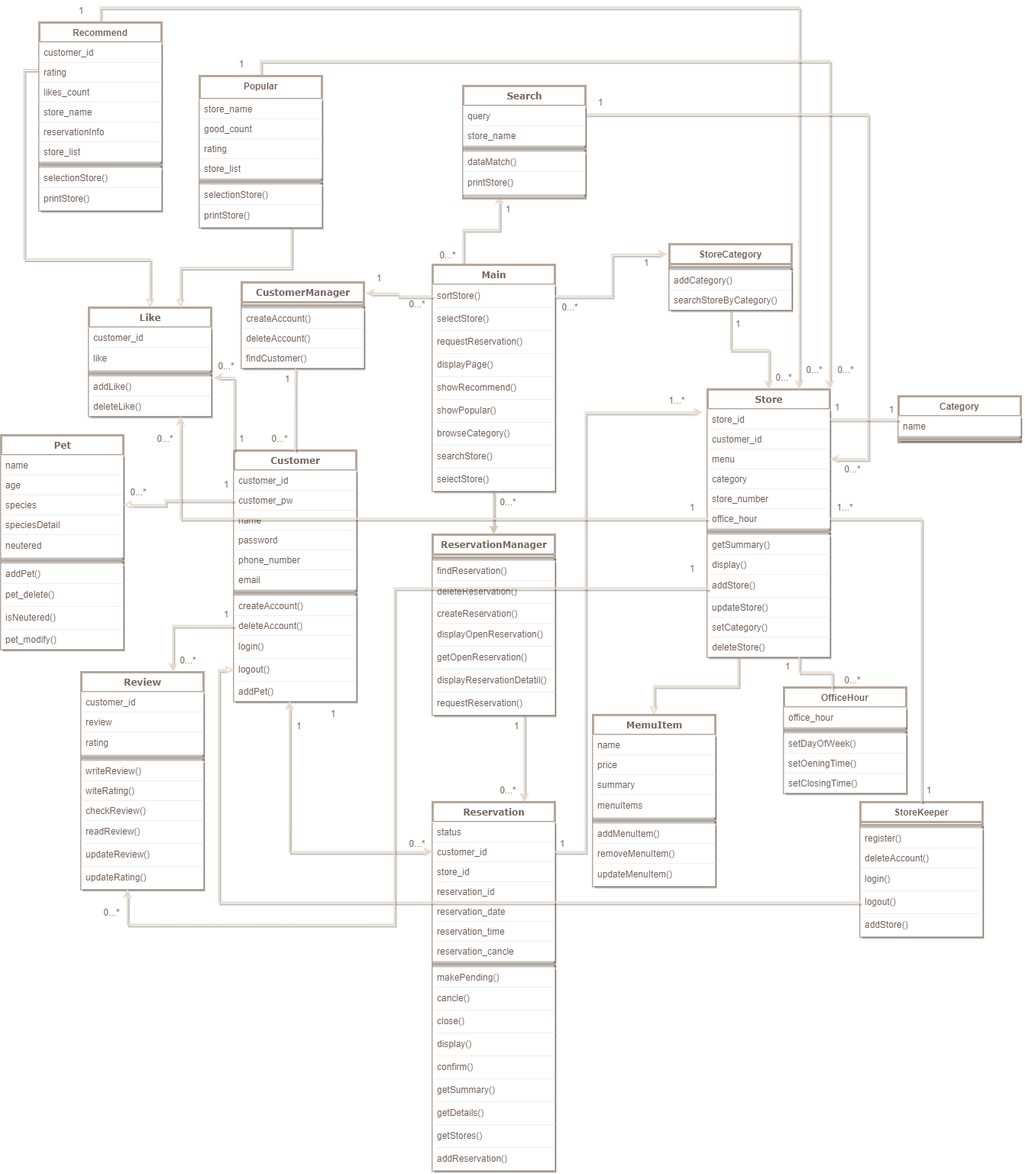
Before: walkwith_class.drawio.png, a diagram exported from draw.io (dkwkckzk/data_test). Source tidied: cells renumbered, new cells last; positions are measured from the earlier drawing's top-left corner, leaving out a move shared by most shapes.
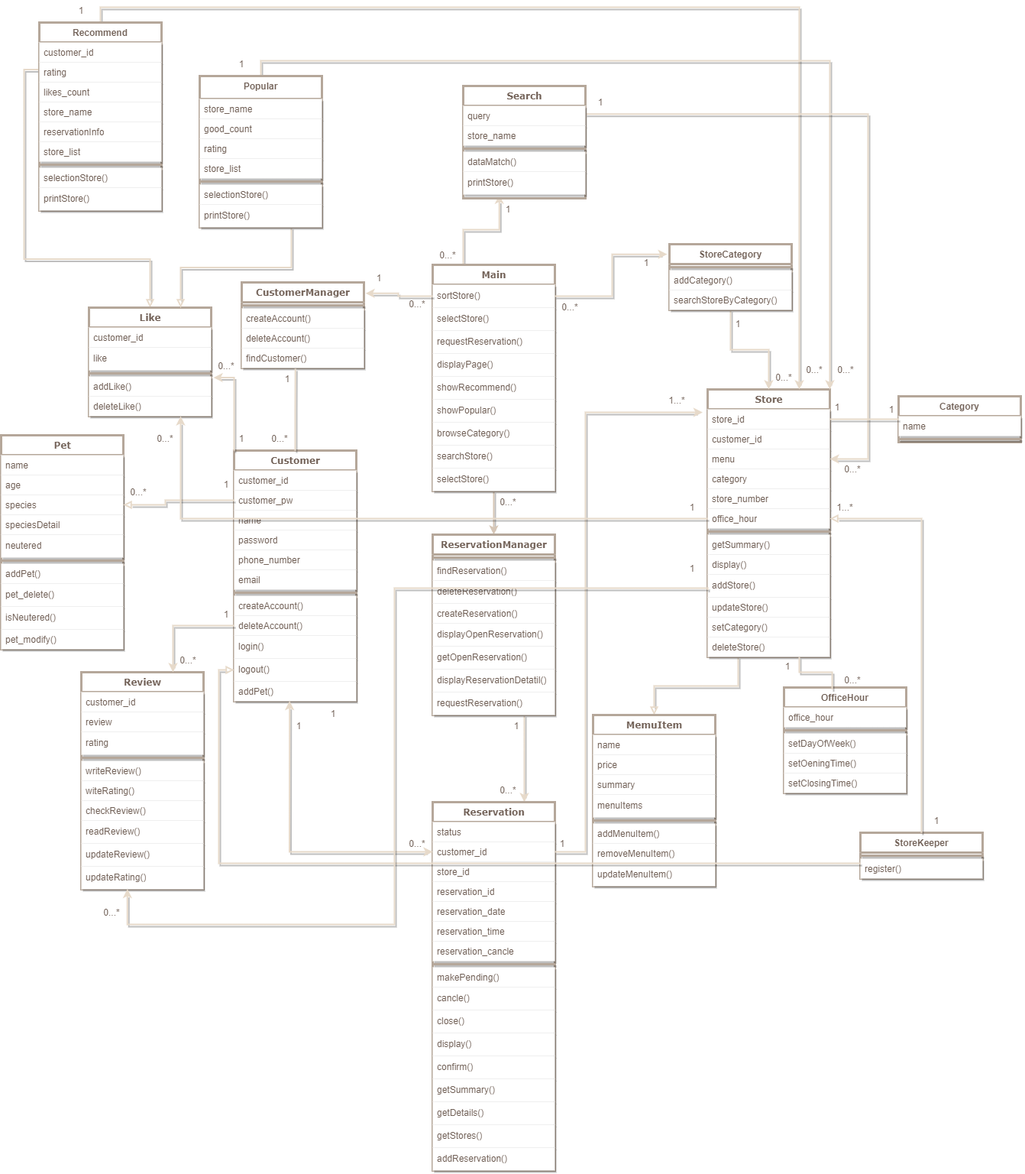
After the change.

Change to the diagram source:
```diff
@@ -216,7 +216,7 @@
       <mxGeometry y="254" width="160" height="30" as="geometry" />
     </mxCell>
     <mxCell id="73" value="StoreKeeper" style="swimlane;fontStyle=1;align=center;verticalAlign=top;horizontal=1;startSize=26;whiteSpace=wrap;html=1;fillColor=default;shadow=0;strokeWidth=3;rounded=0;strokeColor=#B5A79A;fontColor=#705F55;glass=0;" parent="1" vertex="1">
-      <mxGeometry x="1125" y="1050" width="160" height="176" as="geometry" />
+      <mxGeometry x="1125" y="1090" width="160" height="60" as="geometry" />
     </mxCell>
     <mxCell id="74" style="line;strokeWidth=3;fillColor=default;align=left;verticalAlign=middle;spacingTop=-1;spacingLeft=3;spacingRight=3;labelPosition=right;strokeColor=inherit;shadow=1;fontColor=#705F55;" parent="73" vertex="1">
       <mxGeometry y="26" width="160" height="8" as="geometry" />
@@ -224,18 +224,6 @@
     <mxCell id="75" value="register()" style="text;html=1;strokeColor=none;fillColor=default;align=left;verticalAlign=top;spacingLeft=4;spacingRight=4;whiteSpace=wrap;overflow=hidden;shadow=1;strokeWidth=3;fontColor=#705F55;" parent="73" vertex="1">
       <mxGeometry y="34" width="160" height="26" as="geometry" />
     </mxCell>
-    <mxCell id="76" value="deleteAccount()" style="text;html=1;strokeColor=none;fillColor=default;align=left;verticalAlign=top;spacingLeft=4;spacingRight=4;whiteSpace=wrap;overflow=hidden;shadow=1;strokeWidth=3;fontColor=#705F55;" parent="73" vertex="1">
-      <mxGeometry y="60" width="160" height="26" as="geometry" />
-    </mxCell>
-    <mxCell id="77" value="login()" style="text;strokeColor=none;fillColor=default;align=left;verticalAlign=middle;spacingLeft=4;spacingRight=4;overflow=hidden;whiteSpace=wrap;html=1;shadow=1;strokeWidth=3;fontColor=#705F55;" parent="73" vertex="1">
-      <mxGeometry y="86" width="160" height="30" as="geometry" />
-    </mxCell>
-    <mxCell id="78" value="logout()" style="text;strokeColor=none;fillColor=default;align=left;verticalAlign=middle;spacingLeft=4;spacingRight=4;overflow=hidden;points=[[0,0.5],[1,0.5]];portConstraint=eastwest;whiteSpace=wrap;html=1;shadow=1;strokeWidth=3;fontColor=#705F55;" parent="73" vertex="1">
-      <mxGeometry y="116" width="160" height="30" as="geometry" />
-    </mxCell>
-    <mxCell id="79" value="addStore()" style="text;strokeColor=none;fillColor=default;align=left;verticalAlign=middle;spacingLeft=4;spacingRight=4;overflow=hidden;whiteSpace=wrap;html=1;shadow=1;strokeWidth=3;fontColor=#705F55;" parent="73" vertex="1">
-      <mxGeometry y="146" width="160" height="30" as="geometry" />
-    </mxCell>
     <mxCell id="80" style="edgeStyle=orthogonalEdgeStyle;rounded=0;jettySize=auto;html=1;exitX=0;exitY=0.25;exitDx=0;exitDy=0;endArrow=block;endFill=0;shadow=1;strokeWidth=2;strokeColor=#E7DACA;fontColor=#705F55;" parent="1" edge="1" source="82" target="92">
       <mxGeometry relative="1" as="geometry" />
     </mxCell>
@@ -502,7 +490,7 @@
     <mxCell id="166" style="edgeStyle=orthogonalEdgeStyle;rounded=0;jettySize=auto;html=1;exitX=1;exitY=0.5;exitDx=0;exitDy=0;entryX=0;entryY=0.5;entryDx=0;entryDy=0;endArrow=none;endFill=0;shadow=1;strokeWidth=2;strokeColor=#E7DACA;fontColor=#705F55;" parent="1" edge="1" source="28" target="154">
       <mxGeometry relative="1" as="geometry" />
     </mxCell>
-    <mxCell id="167" style="edgeStyle=orthogonalEdgeStyle;rounded=0;jettySize=auto;html=1;exitX=1;exitY=0.5;exitDx=0;exitDy=0;entryX=0.5;entryY=0;entryDx=0;entryDy=0;endArrow=none;endFill=0;shadow=1;strokeWidth=2;strokeColor=#E7DACA;fontColor=#705F55;" parent="1" edge="1" source="33" target="73">
+    <mxCell id="167" style="edgeStyle=orthogonalEdgeStyle;rounded=0;jettySize=auto;html=1;exitX=1;exitY=0.5;exitDx=0;exitDy=0;entryX=0.5;entryY=0;entryDx=0;entryDy=0;endArrow=none;endFill=0;shadow=1;strokeWidth=2;strokeColor=#E7DACA;fontColor=#705F55;startArrow=block;startFill=0;" parent="1" edge="1" source="33" target="73">
       <mxGeometry relative="1" as="geometry" />
     </mxCell>
     <mxCell id="168" style="edgeStyle=orthogonalEdgeStyle;rounded=0;jettySize=auto;html=1;exitX=0.75;exitY=1;exitDx=0;exitDy=0;entryX=0.394;entryY=0.019;entryDx=0;entryDy=0;entryPerimeter=0;endArrow=none;endFill=0;shadow=1;strokeWidth=2;strokeColor=#E7DACA;fontColor=#705F55;" parent="1" edge="1" source="27" target="115">
@@ -526,8 +514,15 @@
     <mxCell id="174" value="0...*" style="text;html=1;strokeColor=none;fillColor=none;align=center;verticalAlign=middle;whiteSpace=wrap;rounded=0;shadow=1;strokeWidth=3;fontColor=#705F55;" parent="1" vertex="1">
       <mxGeometry x="335" y="560" width="60" height="30" as="geometry" />
     </mxCell>
-    <mxCell id="175" style="edgeStyle=orthogonalEdgeStyle;rounded=0;jettySize=auto;html=1;exitX=0;exitY=0.5;exitDx=0;exitDy=0;entryX=0;entryY=0.5;entryDx=0;entryDy=0;endArrow=block;endFill=0;shadow=1;strokeWidth=2;strokeColor=#E7DACA;fontColor=#705F55;" parent="1" edge="1" source="78" target="13">
-      <mxGeometry relative="1" as="geometry" />
+    <mxCell id="175" style="edgeStyle=orthogonalEdgeStyle;rounded=0;jettySize=auto;html=1;entryX=0;entryY=0.5;entryDx=0;entryDy=0;endArrow=block;endFill=0;shadow=1;strokeWidth=2;strokeColor=#E7DACA;fontColor=#705F55;" parent="1" edge="1" target="13">
+      <mxGeometry relative="1" as="geometry">
+        <mxPoint x="1125" y="1130" as="sourcePoint" />
+        <Array as="points">
+          <mxPoint x="1125" y="1130" />
+          <mxPoint x="285" y="1130" />
+          <mxPoint x="285" y="877" />
+        </Array>
+      </mxGeometry>
     </mxCell>
     <mxCell id="176" value="1" style="text;html=1;strokeColor=none;fillColor=none;align=center;verticalAlign=middle;whiteSpace=wrap;rounded=0;shadow=1;strokeWidth=3;fontColor=#705F55;" parent="1" vertex="1">
       <mxGeometry x="1005" y="860" width="50" height="25" as="geometry" />
@@ -575,7 +570,7 @@
       <mxGeometry x="360" y="936" width="60" height="30" as="geometry" />
     </mxCell>
     <mxCell id="191" value="1" style="text;html=1;strokeColor=none;fillColor=none;align=center;verticalAlign=middle;whiteSpace=wrap;rounded=0;shadow=1;strokeWidth=3;fontColor=#705F55;" parent="1" vertex="1">
-      <mxGeometry x="1185" y="1020" width="60" height="30" as="geometry" />
+      <mxGeometry x="1195" y="1060" width="60" height="30" as="geometry" />
     </mxCell>
     <mxCell id="192" value="1...*" style="text;html=1;strokeColor=none;fillColor=none;align=center;verticalAlign=middle;whiteSpace=wrap;rounded=0;shadow=1;strokeWidth=3;fontColor=#705F55;" parent="1" vertex="1">
       <mxGeometry x="1075" y="650" width="60" height="30" as="geometry" />
```
